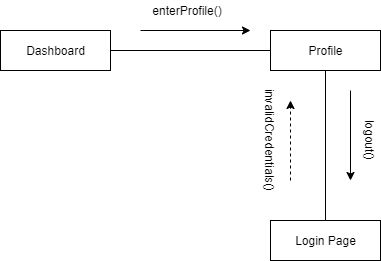
This is Diagrams/Collaboration Diagrams/COL_03_Logout.png from kkasharaj17/SE-project, a draw.io export, as it was before one commit. Source tidied: cells renumbered, new cells last; positions are measured from the earlier drawing's top-left corner, leaving out a move shared by most shapes. The source it was exported from:
```xml
<mxGraphModel>
  <root>
    <mxCell id="0" />
    <mxCell id="1" parent="0" />
    <mxCell id="2" value="Dashboard" style="html=1;" parent="1" vertex="1">
      <mxGeometry y="30" width="110" height="40" as="geometry" />
    </mxCell>
    <mxCell id="3" value="Profile" style="html=1;" parent="1" vertex="1">
      <mxGeometry x="270" y="30" width="110" height="40" as="geometry" />
    </mxCell>
    <mxCell id="4" style="endArrow=none;html=1;exitX=1;exitY=0.5;exitDx=0;exitDy=0;entryX=0;entryY=0.5;entryDx=0;entryDy=0;" parent="1" edge="1" source="2" target="3">
      <mxGeometry relative="1" as="geometry" />
    </mxCell>
    <mxCell id="5" value="Login Page" style="html=1;" parent="1" vertex="1">
      <mxGeometry x="270" y="220" width="110" height="40" as="geometry" />
    </mxCell>
    <mxCell id="6" style="endArrow=none;html=1;entryX=0.5;entryY=1;entryDx=0;entryDy=0;exitX=0.5;exitY=0;exitDx=0;exitDy=0;" parent="1" edge="1" source="5" target="3">
      <mxGeometry relative="1" as="geometry" />
    </mxCell>
    <mxCell id="7" style="endArrow=classic;html=1;" parent="1" edge="1">
      <mxGeometry relative="1" as="geometry">
        <mxPoint x="350" y="90" as="sourcePoint" />
        <mxPoint x="350" y="180" as="targetPoint" />
      </mxGeometry>
    </mxCell>
    <mxCell id="8" style="endArrow=classic;html=1;" parent="1" edge="1">
      <mxGeometry relative="1" as="geometry">
        <mxPoint x="140" y="30" as="sourcePoint" />
        <mxPoint x="250" y="30" as="targetPoint" />
      </mxGeometry>
    </mxCell>
    <mxCell id="9" value="enterProfile()" style="text;html=1;strokeColor=none;fillColor=none;align=center;verticalAlign=middle;whiteSpace=wrap;rounded=0;" parent="1" vertex="1">
      <mxGeometry x="144" width="86" height="20" as="geometry" />
    </mxCell>
    <mxCell id="10" value="logout()" style="text;html=1;strokeColor=none;fillColor=none;align=center;verticalAlign=middle;whiteSpace=wrap;rounded=0;rotation=90;" parent="1" vertex="1">
      <mxGeometry x="340" y="130" width="60" height="20" as="geometry" />
    </mxCell>
    <mxCell id="11" value="invalidCredentials()" style="text;html=1;strokeColor=none;fillColor=none;align=center;verticalAlign=middle;whiteSpace=wrap;rounded=0;rotation=90;" parent="1" vertex="1">
      <mxGeometry x="240" y="130" width="60" height="20" as="geometry" />
    </mxCell>
    <mxCell id="12" style="endArrow=classic;html=1;dashed=1;" parent="1" edge="1">
      <mxGeometry relative="1" as="geometry">
        <mxPoint x="290" y="180" as="sourcePoint" />
        <mxPoint x="290" y="100" as="targetPoint" />
      </mxGeometry>
    </mxCell>
  </root>
</mxGraphModel>
```
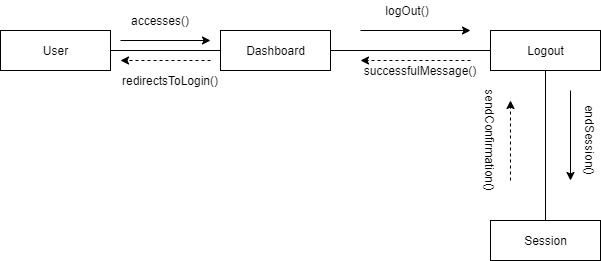
After the change.

Change to the diagram source:
```diff
@@ -5,13 +5,13 @@
     <mxCell id="2" value="Dashboard" style="html=1;" parent="1" vertex="1">
       <mxGeometry y="30" width="110" height="40" as="geometry" />
     </mxCell>
-    <mxCell id="3" value="Profile" style="html=1;" parent="1" vertex="1">
+    <mxCell id="3" value="Logout" style="html=1;" parent="1" vertex="1">
       <mxGeometry x="270" y="30" width="110" height="40" as="geometry" />
     </mxCell>
     <mxCell id="4" style="endArrow=none;html=1;exitX=1;exitY=0.5;exitDx=0;exitDy=0;entryX=0;entryY=0.5;entryDx=0;entryDy=0;" parent="1" edge="1" source="2" target="3">
       <mxGeometry relative="1" as="geometry" />
     </mxCell>
-    <mxCell id="5" value="Login Page" style="html=1;" parent="1" vertex="1">
+    <mxCell id="5" value="Session" style="html=1;" parent="1" vertex="1">
       <mxGeometry x="270" y="220" width="110" height="40" as="geometry" />
     </mxCell>
     <mxCell id="6" style="endArrow=none;html=1;entryX=0.5;entryY=1;entryDx=0;entryDy=0;exitX=0.5;exitY=0;exitDx=0;exitDy=0;" parent="1" edge="1" source="5" target="3">
@@ -29,13 +29,13 @@
         <mxPoint x="250" y="30" as="targetPoint" />
       </mxGeometry>
     </mxCell>
-    <mxCell id="9" value="enterProfile()" style="text;html=1;strokeColor=none;fillColor=none;align=center;verticalAlign=middle;whiteSpace=wrap;rounded=0;" parent="1" vertex="1">
+    <mxCell id="9" value="logOut()" style="text;html=1;strokeColor=none;fillColor=none;align=center;verticalAlign=middle;whiteSpace=wrap;rounded=0;" parent="1" vertex="1">
       <mxGeometry x="144" width="86" height="20" as="geometry" />
     </mxCell>
-    <mxCell id="10" value="logout()" style="text;html=1;strokeColor=none;fillColor=none;align=center;verticalAlign=middle;whiteSpace=wrap;rounded=0;rotation=90;" parent="1" vertex="1">
+    <mxCell id="10" value="endSession()&lt;br&gt;" style="text;html=1;strokeColor=none;fillColor=none;align=center;verticalAlign=middle;whiteSpace=wrap;rounded=0;rotation=90;" parent="1" vertex="1">
       <mxGeometry x="340" y="130" width="60" height="20" as="geometry" />
     </mxCell>
-    <mxCell id="11" value="invalidCredentials()" style="text;html=1;strokeColor=none;fillColor=none;align=center;verticalAlign=middle;whiteSpace=wrap;rounded=0;rotation=90;" parent="1" vertex="1">
+    <mxCell id="11" value="sendConfirmation()&lt;br&gt;" style="text;html=1;strokeColor=none;fillColor=none;align=center;verticalAlign=middle;whiteSpace=wrap;rounded=0;rotation=90;" parent="1" vertex="1">
       <mxGeometry x="240" y="130" width="60" height="20" as="geometry" />
     </mxCell>
     <mxCell id="12" style="endArrow=classic;html=1;dashed=1;" parent="1" edge="1">
@@ -44,5 +44,38 @@
         <mxPoint x="290" y="100" as="targetPoint" />
       </mxGeometry>
     </mxCell>
+    <mxCell id="13" value="User" style="html=1;" parent="1" vertex="1">
+      <mxGeometry x="-220" y="30" width="110" height="40" as="geometry" />
+    </mxCell>
+    <mxCell id="14" style="endArrow=none;html=1;exitX=1;exitY=0.5;exitDx=0;exitDy=0;entryX=0;entryY=0.5;entryDx=0;entryDy=0;" parent="1" edge="1" source="13" target="2">
+      <mxGeometry relative="1" as="geometry" />
+    </mxCell>
+    <mxCell id="15" style="endArrow=classic;html=1;" parent="1" edge="1">
+      <mxGeometry relative="1" as="geometry">
+        <mxPoint x="-100" y="40" as="sourcePoint" />
+        <mxPoint x="-10" y="40" as="targetPoint" />
+      </mxGeometry>
+    </mxCell>
+    <mxCell id="16" style="endArrow=classic;html=1;dashed=1;" parent="1" edge="1">
+      <mxGeometry relative="1" as="geometry">
+        <mxPoint x="250" y="60" as="sourcePoint" />
+        <mxPoint x="140" y="60" as="targetPoint" />
+      </mxGeometry>
+    </mxCell>
+    <mxCell id="17" style="endArrow=classic;html=1;dashed=1;" parent="1" edge="1">
+      <mxGeometry relative="1" as="geometry">
+        <mxPoint x="-10" y="60" as="sourcePoint" />
+        <mxPoint x="-100" y="60" as="targetPoint" />
+      </mxGeometry>
+    </mxCell>
+    <mxCell id="18" value="accesses()" style="text;html=1;strokeColor=none;fillColor=none;align=center;verticalAlign=middle;whiteSpace=wrap;rounded=0;" parent="1" vertex="1">
+      <mxGeometry x="-80" y="10" width="40" height="20" as="geometry" />
+    </mxCell>
+    <mxCell id="19" value="redirectsToLogin()" style="text;html=1;strokeColor=none;fillColor=none;align=center;verticalAlign=middle;whiteSpace=wrap;rounded=0;" parent="1" vertex="1">
+      <mxGeometry x="-70" y="70" width="40" height="20" as="geometry" />
+    </mxCell>
+    <mxCell id="20" value="successfulMessage()" style="text;html=1;strokeColor=none;fillColor=none;align=center;verticalAlign=middle;whiteSpace=wrap;rounded=0;" parent="1" vertex="1">
+      <mxGeometry x="180" y="60" width="40" height="20" as="geometry" />
+    </mxCell>
   </root>
 </mxGraphModel>
```
